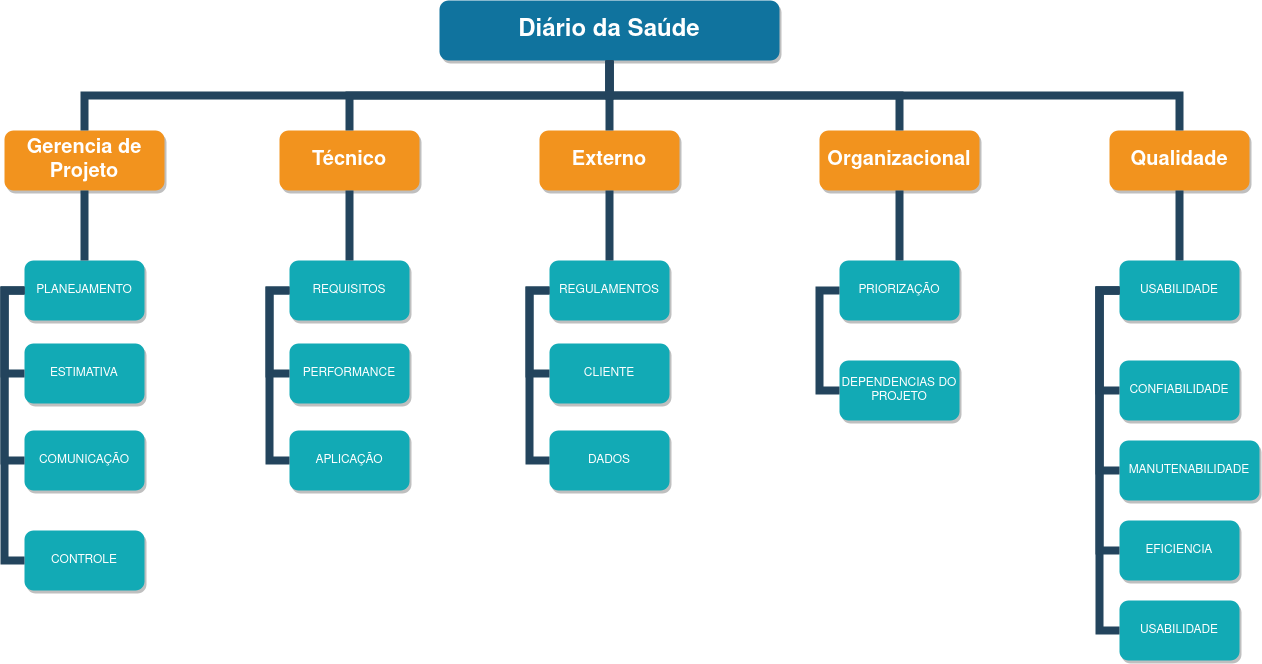
This is docs/img/EAR.png from UnBArqDsw/2020.1_G5_Diario_da_Saude, a draw.io export, as it was before one commit. Source tidied: cells renumbered, new cells last; positions are measured from the earlier drawing's top-left corner, leaving out a move shared by most shapes. Source of this version:
```xml
<mxGraphModel>
  <root>
    <mxCell id="0" />
    <mxCell id="1" parent="0" />
    <mxCell id="2" value="Diário da Saúde" style="whiteSpace=wrap;rounded=1;shadow=1;fillColor=#10739E;strokeColor=none;fontColor=#FFFFFF;fontStyle=1;fontSize=24;" parent="1" vertex="1">
      <mxGeometry x="435" width="340" height="60" as="geometry" />
    </mxCell>
    <mxCell id="3" value="Gerencia de Projeto" style="whiteSpace=wrap;rounded=1;fillColor=#F2931E;strokeColor=none;shadow=1;fontColor=#FFFFFF;fontStyle=1;fontSize=20;" parent="1" vertex="1">
      <mxGeometry y="130" width="160" height="60" as="geometry" />
    </mxCell>
    <mxCell id="4" value="Técnico" style="whiteSpace=wrap;rounded=1;fillColor=#F2931E;strokeColor=none;shadow=1;fontColor=#FFFFFF;fontStyle=1;fontSize=20;" parent="1" vertex="1">
      <mxGeometry x="275" y="130" width="140" height="60" as="geometry" />
    </mxCell>
    <mxCell id="5" value="Externo" style="whiteSpace=wrap;rounded=1;fillColor=#F2931E;strokeColor=none;shadow=1;fontColor=#FFFFFF;fontStyle=1;fontSize=20;" parent="1" vertex="1">
      <mxGeometry x="535" y="130" width="140" height="60" as="geometry" />
    </mxCell>
    <mxCell id="6" value="Organizacional" style="whiteSpace=wrap;rounded=1;fillColor=#F2931E;strokeColor=none;shadow=1;fontColor=#FFFFFF;fontStyle=1;fontSize=20;" parent="1" vertex="1">
      <mxGeometry x="815" y="130" width="160" height="60" as="geometry" />
    </mxCell>
    <mxCell id="7" value="Qualidade" style="whiteSpace=wrap;rounded=1;fillColor=#F2931E;strokeColor=none;shadow=1;fontColor=#FFFFFF;fontStyle=1;fontSize=20;" parent="1" vertex="1">
      <mxGeometry x="1105" y="130" width="140" height="60" as="geometry" />
    </mxCell>
    <mxCell id="8" value="PLANEJAMENTO" style="whiteSpace=wrap;rounded=1;fillColor=#12AAB5;strokeColor=none;shadow=1;fontColor=#FFFFFF;" parent="1" vertex="1">
      <mxGeometry x="20" y="260" width="120" height="60" as="geometry" />
    </mxCell>
    <mxCell id="9" value="ESTIMATIVA" style="whiteSpace=wrap;rounded=1;strokeColor=none;shadow=1;fontColor=#FFFFFF;fontStyle=0;fillColor=#12AAB5;" parent="1" vertex="1">
      <mxGeometry x="20" y="343" width="120" height="60" as="geometry" />
    </mxCell>
    <mxCell id="10" value="COMUNICAÇÃO" style="whiteSpace=wrap;rounded=1;strokeColor=none;shadow=1;fontColor=#FFFFFF;fontStyle=0;fillColor=#12AAB5;" parent="1" vertex="1">
      <mxGeometry x="20" y="430" width="120" height="60" as="geometry" />
    </mxCell>
    <mxCell id="11" value="CONTROLE" style="whiteSpace=wrap;rounded=1;strokeColor=none;shadow=1;fontColor=#FFFFFF;fontStyle=0;fillColor=#12AAB5;" parent="1" vertex="1">
      <mxGeometry x="20" y="530" width="120" height="60" as="geometry" />
    </mxCell>
    <mxCell id="12" value="REQUISITOS" style="whiteSpace=wrap;rounded=1;fillColor=#12AAB5;strokeColor=none;shadow=1;fontColor=#FFFFFF;" parent="1" vertex="1">
      <mxGeometry x="285" y="260" width="120" height="60" as="geometry" />
    </mxCell>
    <mxCell id="13" value="PERFORMANCE" style="whiteSpace=wrap;rounded=1;strokeColor=none;shadow=1;fontColor=#FFFFFF;fontStyle=0;fillColor=#12AAB5;" parent="1" vertex="1">
      <mxGeometry x="285" y="343" width="120" height="60" as="geometry" />
    </mxCell>
    <mxCell id="14" value="APLICAÇÃO" style="whiteSpace=wrap;rounded=1;strokeColor=none;shadow=1;fontColor=#FFFFFF;fontStyle=0;fillColor=#12AAB5;" parent="1" vertex="1">
      <mxGeometry x="285" y="430" width="120" height="60" as="geometry" />
    </mxCell>
    <mxCell id="15" style="edgeStyle=elbowEdgeStyle;elbow=vertical;rounded=0;fontColor=#000000;endArrow=none;endFill=0;strokeWidth=8;strokeColor=#23445D;" parent="1" edge="1" source="3" target="8">
      <mxGeometry relative="1" as="geometry" />
    </mxCell>
    <mxCell id="16" style="edgeStyle=elbowEdgeStyle;elbow=horizontal;rounded=0;fontColor=#000000;endArrow=none;endFill=0;strokeWidth=8;strokeColor=#23445D;" parent="1" edge="1" source="8" target="9">
      <mxGeometry relative="1" as="geometry">
        <Array as="points">
          <mxPoint y="340" />
        </Array>
      </mxGeometry>
    </mxCell>
    <mxCell id="17" style="edgeStyle=elbowEdgeStyle;elbow=horizontal;rounded=0;fontColor=#000000;endArrow=none;endFill=0;strokeWidth=8;strokeColor=#23445D;" parent="1" edge="1" source="8" target="10">
      <mxGeometry relative="1" as="geometry">
        <Array as="points">
          <mxPoint y="360" />
        </Array>
      </mxGeometry>
    </mxCell>
    <mxCell id="18" style="edgeStyle=elbowEdgeStyle;elbow=horizontal;rounded=0;fontColor=#000000;endArrow=none;endFill=0;strokeWidth=8;strokeColor=#23445D;" parent="1" edge="1" source="8" target="11">
      <mxGeometry relative="1" as="geometry">
        <Array as="points">
          <mxPoint y="390" />
        </Array>
      </mxGeometry>
    </mxCell>
    <mxCell id="19" style="edgeStyle=elbowEdgeStyle;elbow=vertical;rounded=0;fontColor=#000000;endArrow=none;endFill=0;strokeWidth=8;strokeColor=#23445D;" parent="1" edge="1" source="4" target="12">
      <mxGeometry relative="1" as="geometry" />
    </mxCell>
    <mxCell id="20" style="edgeStyle=elbowEdgeStyle;elbow=horizontal;rounded=0;fontColor=#000000;endArrow=none;endFill=0;strokeWidth=8;strokeColor=#23445D;" parent="1" edge="1" source="12" target="13">
      <mxGeometry relative="1" as="geometry">
        <Array as="points">
          <mxPoint x="265" y="340" />
        </Array>
      </mxGeometry>
    </mxCell>
    <mxCell id="21" style="edgeStyle=elbowEdgeStyle;elbow=horizontal;rounded=0;fontColor=#000000;endArrow=none;endFill=0;strokeWidth=8;strokeColor=#23445D;" parent="1" edge="1" source="12" target="14">
      <mxGeometry relative="1" as="geometry">
        <Array as="points">
          <mxPoint x="265" y="380" />
        </Array>
      </mxGeometry>
    </mxCell>
    <mxCell id="22" value="REGULAMENTOS" style="whiteSpace=wrap;rounded=1;fillColor=#12AAB5;strokeColor=none;shadow=1;fontColor=#FFFFFF;" parent="1" vertex="1">
      <mxGeometry x="545" y="260" width="120" height="60" as="geometry" />
    </mxCell>
    <mxCell id="23" value="CLIENTE" style="whiteSpace=wrap;rounded=1;strokeColor=none;shadow=1;fontColor=#FFFFFF;fontStyle=0;fillColor=#12AAB5;" parent="1" vertex="1">
      <mxGeometry x="545" y="343" width="120" height="60" as="geometry" />
    </mxCell>
    <mxCell id="24" value="DADOS" style="whiteSpace=wrap;rounded=1;strokeColor=none;shadow=1;fontColor=#FFFFFF;fontStyle=0;fillColor=#12AAB5;" parent="1" vertex="1">
      <mxGeometry x="545" y="430" width="120" height="60" as="geometry" />
    </mxCell>
    <mxCell id="25" style="edgeStyle=elbowEdgeStyle;elbow=horizontal;rounded=0;fontColor=#000000;endArrow=none;endFill=0;strokeWidth=8;strokeColor=#23445D;" parent="1" edge="1" source="22" target="23">
      <mxGeometry relative="1" as="geometry">
        <Array as="points">
          <mxPoint x="525" y="340" />
        </Array>
      </mxGeometry>
    </mxCell>
    <mxCell id="26" style="edgeStyle=elbowEdgeStyle;elbow=horizontal;rounded=0;fontColor=#000000;endArrow=none;endFill=0;strokeWidth=8;strokeColor=#23445D;" parent="1" edge="1" source="22" target="24">
      <mxGeometry relative="1" as="geometry">
        <Array as="points">
          <mxPoint x="525" y="380" />
        </Array>
      </mxGeometry>
    </mxCell>
    <mxCell id="27" value="PRIORIZAÇÃO" style="whiteSpace=wrap;rounded=1;fillColor=#12AAB5;strokeColor=none;shadow=1;fontColor=#FFFFFF;" parent="1" vertex="1">
      <mxGeometry x="835" y="260" width="120" height="60" as="geometry" />
    </mxCell>
    <mxCell id="28" value="DEPENDENCIAS DO PROJETO" style="whiteSpace=wrap;rounded=1;strokeColor=none;shadow=1;fontColor=#FFFFFF;fontStyle=0;fillColor=#12AAB5;" parent="1" vertex="1">
      <mxGeometry x="835" y="360" width="120" height="60" as="geometry" />
    </mxCell>
    <mxCell id="29" style="edgeStyle=elbowEdgeStyle;elbow=horizontal;rounded=0;fontColor=#000000;endArrow=none;endFill=0;strokeWidth=8;strokeColor=#23445D;" parent="1" edge="1" source="27" target="28">
      <mxGeometry relative="1" as="geometry">
        <Array as="points">
          <mxPoint x="815" y="340" />
        </Array>
      </mxGeometry>
    </mxCell>
    <mxCell id="30" value="USABILIDADE" style="whiteSpace=wrap;rounded=1;fillColor=#12AAB5;strokeColor=none;shadow=1;fontColor=#FFFFFF;" parent="1" vertex="1">
      <mxGeometry x="1115" y="260" width="120" height="60" as="geometry" />
    </mxCell>
    <mxCell id="31" value="CONFIABILIDADE" style="whiteSpace=wrap;rounded=1;strokeColor=none;shadow=1;fontColor=#FFFFFF;fontStyle=0;fillColor=#12AAB5;" parent="1" vertex="1">
      <mxGeometry x="1115" y="360" width="120" height="60" as="geometry" />
    </mxCell>
    <mxCell id="32" value="MANUTENABILIDADE" style="whiteSpace=wrap;rounded=1;strokeColor=none;shadow=1;fontColor=#FFFFFF;fontStyle=0;fillColor=#12AAB5;" parent="1" vertex="1">
      <mxGeometry x="1115" y="440" width="140" height="60" as="geometry" />
    </mxCell>
    <mxCell id="33" value="EFICIENCIA" style="whiteSpace=wrap;rounded=1;strokeColor=none;shadow=1;fontColor=#FFFFFF;fontStyle=0;fillColor=#12AAB5;" parent="1" vertex="1">
      <mxGeometry x="1115" y="520" width="120" height="60" as="geometry" />
    </mxCell>
    <mxCell id="34" value="USABILIDADE" style="whiteSpace=wrap;rounded=1;strokeColor=none;shadow=1;fontColor=#FFFFFF;fontStyle=0;fillColor=#12AAB5;" parent="1" vertex="1">
      <mxGeometry x="1115" y="600" width="120" height="60" as="geometry" />
    </mxCell>
    <mxCell id="35" style="edgeStyle=elbowEdgeStyle;elbow=horizontal;rounded=0;fontColor=#000000;endArrow=none;endFill=0;strokeWidth=8;strokeColor=#23445D;" parent="1" edge="1" source="30" target="31">
      <mxGeometry relative="1" as="geometry">
        <Array as="points">
          <mxPoint x="1095" y="340" />
        </Array>
      </mxGeometry>
    </mxCell>
    <mxCell id="36" style="edgeStyle=elbowEdgeStyle;elbow=horizontal;rounded=0;fontColor=#000000;endArrow=none;endFill=0;strokeWidth=8;strokeColor=#23445D;" parent="1" edge="1" source="30" target="32">
      <mxGeometry relative="1" as="geometry">
        <Array as="points">
          <mxPoint x="1095" y="380" />
        </Array>
      </mxGeometry>
    </mxCell>
    <mxCell id="37" style="edgeStyle=elbowEdgeStyle;elbow=horizontal;rounded=0;fontColor=#000000;endArrow=none;endFill=0;strokeWidth=8;strokeColor=#23445D;" parent="1" edge="1" source="30" target="34">
      <mxGeometry relative="1" as="geometry">
        <Array as="points">
          <mxPoint x="1095" y="460" />
        </Array>
      </mxGeometry>
    </mxCell>
    <mxCell id="38" style="edgeStyle=elbowEdgeStyle;elbow=horizontal;rounded=0;fontColor=#000000;endArrow=none;endFill=0;strokeWidth=8;strokeColor=#23445D;" parent="1" edge="1" source="30" target="33">
      <mxGeometry relative="1" as="geometry">
        <Array as="points">
          <mxPoint x="1095" y="430" />
        </Array>
      </mxGeometry>
    </mxCell>
    <mxCell id="39" style="edgeStyle=elbowEdgeStyle;elbow=vertical;rounded=0;fontColor=#000000;endArrow=none;endFill=0;strokeWidth=8;strokeColor=#23445D;" parent="1" edge="1" source="5" target="22">
      <mxGeometry relative="1" as="geometry" />
    </mxCell>
    <mxCell id="40" style="edgeStyle=elbowEdgeStyle;elbow=vertical;rounded=0;fontColor=#000000;endArrow=none;endFill=0;strokeWidth=8;strokeColor=#23445D;" parent="1" edge="1" source="6" target="27">
      <mxGeometry relative="1" as="geometry" />
    </mxCell>
    <mxCell id="41" style="edgeStyle=elbowEdgeStyle;elbow=vertical;rounded=0;fontColor=#000000;endArrow=none;endFill=0;strokeWidth=8;strokeColor=#23445D;" parent="1" edge="1" source="7" target="30">
      <mxGeometry relative="1" as="geometry" />
    </mxCell>
    <mxCell id="42" style="edgeStyle=elbowEdgeStyle;elbow=vertical;rounded=0;fontColor=#000000;endArrow=none;endFill=0;strokeWidth=8;strokeColor=#23445D;" parent="1" edge="1" source="2" target="3">
      <mxGeometry relative="1" as="geometry" />
    </mxCell>
    <mxCell id="43" style="edgeStyle=elbowEdgeStyle;elbow=vertical;rounded=0;fontColor=#000000;endArrow=none;endFill=0;strokeWidth=8;strokeColor=#23445D;" parent="1" edge="1" source="2" target="4">
      <mxGeometry relative="1" as="geometry" />
    </mxCell>
    <mxCell id="44" style="edgeStyle=elbowEdgeStyle;elbow=vertical;rounded=0;fontColor=#000000;endArrow=none;endFill=0;strokeWidth=8;strokeColor=#23445D;" parent="1" edge="1" source="2" target="5">
      <mxGeometry relative="1" as="geometry" />
    </mxCell>
    <mxCell id="45" style="edgeStyle=elbowEdgeStyle;elbow=vertical;rounded=0;fontColor=#000000;endArrow=none;endFill=0;strokeWidth=8;strokeColor=#23445D;" parent="1" edge="1" source="2" target="6">
      <mxGeometry relative="1" as="geometry" />
    </mxCell>
    <mxCell id="46" style="edgeStyle=elbowEdgeStyle;elbow=vertical;rounded=0;fontColor=#000000;endArrow=none;endFill=0;strokeWidth=8;strokeColor=#23445D;" parent="1" edge="1" source="2" target="7">
      <mxGeometry relative="1" as="geometry" />
    </mxCell>
  </root>
</mxGraphModel>
```
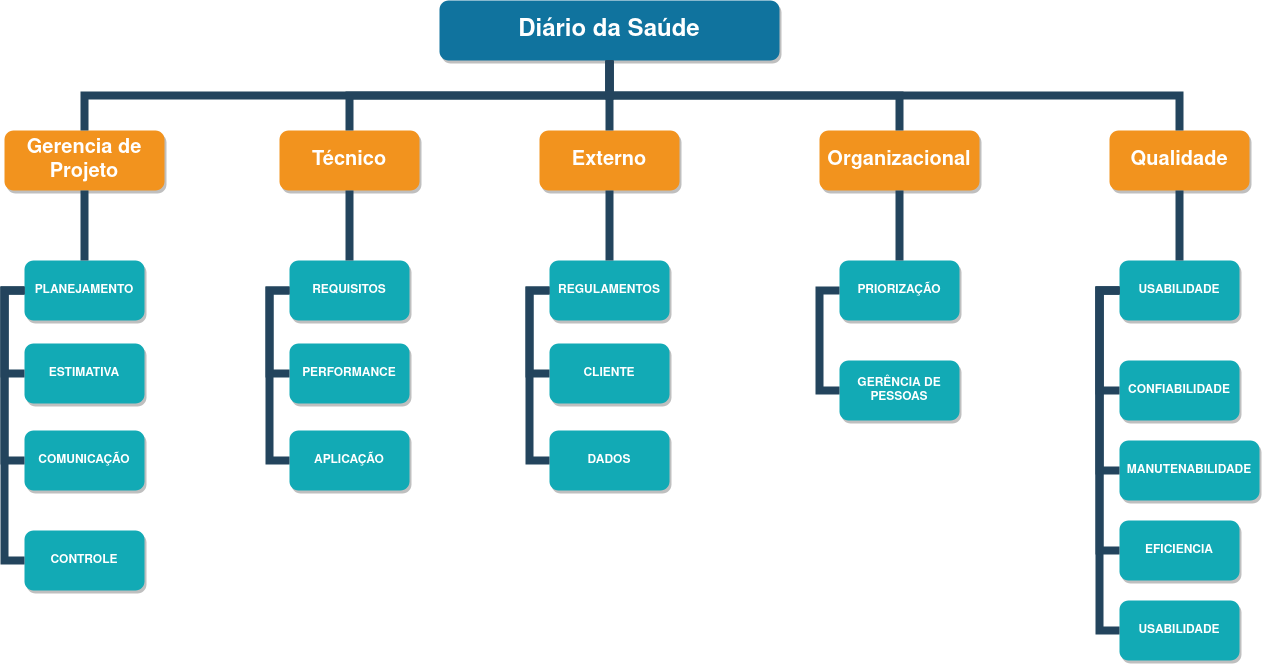
After the change.

Commit message:
Atualização da imade da EAR

Change to the diagram source:
```diff
@@ -20,25 +20,25 @@
     <mxCell id="7" value="Qualidade" style="whiteSpace=wrap;rounded=1;fillColor=#F2931E;strokeColor=none;shadow=1;fontColor=#FFFFFF;fontStyle=1;fontSize=20;" parent="1" vertex="1">
       <mxGeometry x="1105" y="130" width="140" height="60" as="geometry" />
     </mxCell>
-    <mxCell id="8" value="PLANEJAMENTO" style="whiteSpace=wrap;rounded=1;fillColor=#12AAB5;strokeColor=none;shadow=1;fontColor=#FFFFFF;" parent="1" vertex="1">
+    <mxCell id="8" value="PLANEJAMENTO" style="whiteSpace=wrap;rounded=1;fillColor=#12AAB5;strokeColor=none;shadow=1;fontColor=#FFFFFF;fontStyle=1;" parent="1" vertex="1">
       <mxGeometry x="20" y="260" width="120" height="60" as="geometry" />
     </mxCell>
-    <mxCell id="9" value="ESTIMATIVA" style="whiteSpace=wrap;rounded=1;strokeColor=none;shadow=1;fontColor=#FFFFFF;fontStyle=0;fillColor=#12AAB5;" parent="1" vertex="1">
+    <mxCell id="9" value="ESTIMATIVA" style="whiteSpace=wrap;rounded=1;strokeColor=none;shadow=1;fontColor=#FFFFFF;fontStyle=1;fillColor=#12AAB5;" parent="1" vertex="1">
       <mxGeometry x="20" y="343" width="120" height="60" as="geometry" />
     </mxCell>
-    <mxCell id="10" value="COMUNICAÇÃO" style="whiteSpace=wrap;rounded=1;strokeColor=none;shadow=1;fontColor=#FFFFFF;fontStyle=0;fillColor=#12AAB5;" parent="1" vertex="1">
+    <mxCell id="10" value="COMUNICAÇÃO" style="whiteSpace=wrap;rounded=1;strokeColor=none;shadow=1;fontColor=#FFFFFF;fontStyle=1;fillColor=#12AAB5;" parent="1" vertex="1">
       <mxGeometry x="20" y="430" width="120" height="60" as="geometry" />
     </mxCell>
-    <mxCell id="11" value="CONTROLE" style="whiteSpace=wrap;rounded=1;strokeColor=none;shadow=1;fontColor=#FFFFFF;fontStyle=0;fillColor=#12AAB5;" parent="1" vertex="1">
+    <mxCell id="11" value="CONTROLE" style="whiteSpace=wrap;rounded=1;strokeColor=none;shadow=1;fontColor=#FFFFFF;fontStyle=1;fillColor=#12AAB5;" parent="1" vertex="1">
       <mxGeometry x="20" y="530" width="120" height="60" as="geometry" />
     </mxCell>
-    <mxCell id="12" value="REQUISITOS" style="whiteSpace=wrap;rounded=1;fillColor=#12AAB5;strokeColor=none;shadow=1;fontColor=#FFFFFF;" parent="1" vertex="1">
+    <mxCell id="12" value="REQUISITOS" style="whiteSpace=wrap;rounded=1;fillColor=#12AAB5;strokeColor=none;shadow=1;fontColor=#FFFFFF;fontStyle=1;" parent="1" vertex="1">
       <mxGeometry x="285" y="260" width="120" height="60" as="geometry" />
     </mxCell>
-    <mxCell id="13" value="PERFORMANCE" style="whiteSpace=wrap;rounded=1;strokeColor=none;shadow=1;fontColor=#FFFFFF;fontStyle=0;fillColor=#12AAB5;" parent="1" vertex="1">
+    <mxCell id="13" value="PERFORMANCE" style="whiteSpace=wrap;rounded=1;strokeColor=none;shadow=1;fontColor=#FFFFFF;fontStyle=1;fillColor=#12AAB5;" parent="1" vertex="1">
       <mxGeometry x="285" y="343" width="120" height="60" as="geometry" />
     </mxCell>
-    <mxCell id="14" value="APLICAÇÃO" style="whiteSpace=wrap;rounded=1;strokeColor=none;shadow=1;fontColor=#FFFFFF;fontStyle=0;fillColor=#12AAB5;" parent="1" vertex="1">
+    <mxCell id="14" value="APLICAÇÃO" style="whiteSpace=wrap;rounded=1;strokeColor=none;shadow=1;fontColor=#FFFFFF;fontStyle=1;fillColor=#12AAB5;" parent="1" vertex="1">
       <mxGeometry x="285" y="430" width="120" height="60" as="geometry" />
     </mxCell>
     <mxCell id="15" style="edgeStyle=elbowEdgeStyle;elbow=vertical;rounded=0;fontColor=#000000;endArrow=none;endFill=0;strokeWidth=8;strokeColor=#23445D;" parent="1" edge="1" source="3" target="8">
@@ -82,13 +82,13 @@
         </Array>
       </mxGeometry>
     </mxCell>
-    <mxCell id="22" value="REGULAMENTOS" style="whiteSpace=wrap;rounded=1;fillColor=#12AAB5;strokeColor=none;shadow=1;fontColor=#FFFFFF;" parent="1" vertex="1">
+    <mxCell id="22" value="REGULAMENTOS" style="whiteSpace=wrap;rounded=1;fillColor=#12AAB5;strokeColor=none;shadow=1;fontColor=#FFFFFF;fontStyle=1;" parent="1" vertex="1">
       <mxGeometry x="545" y="260" width="120" height="60" as="geometry" />
     </mxCell>
-    <mxCell id="23" value="CLIENTE" style="whiteSpace=wrap;rounded=1;strokeColor=none;shadow=1;fontColor=#FFFFFF;fontStyle=0;fillColor=#12AAB5;" parent="1" vertex="1">
+    <mxCell id="23" value="CLIENTE" style="whiteSpace=wrap;rounded=1;strokeColor=none;shadow=1;fontColor=#FFFFFF;fontStyle=1;fillColor=#12AAB5;" parent="1" vertex="1">
       <mxGeometry x="545" y="343" width="120" height="60" as="geometry" />
     </mxCell>
-    <mxCell id="24" value="DADOS" style="whiteSpace=wrap;rounded=1;strokeColor=none;shadow=1;fontColor=#FFFFFF;fontStyle=0;fillColor=#12AAB5;" parent="1" vertex="1">
+    <mxCell id="24" value="DADOS" style="whiteSpace=wrap;rounded=1;strokeColor=none;shadow=1;fontColor=#FFFFFF;fontStyle=1;fillColor=#12AAB5;" parent="1" vertex="1">
       <mxGeometry x="545" y="430" width="120" height="60" as="geometry" />
     </mxCell>
     <mxCell id="25" style="edgeStyle=elbowEdgeStyle;elbow=horizontal;rounded=0;fontColor=#000000;endArrow=none;endFill=0;strokeWidth=8;strokeColor=#23445D;" parent="1" edge="1" source="22" target="23">
@@ -105,10 +105,10 @@
         </Array>
       </mxGeometry>
     </mxCell>
-    <mxCell id="27" value="PRIORIZAÇÃO" style="whiteSpace=wrap;rounded=1;fillColor=#12AAB5;strokeColor=none;shadow=1;fontColor=#FFFFFF;" parent="1" vertex="1">
+    <mxCell id="27" value="PRIORIZAÇÃO" style="whiteSpace=wrap;rounded=1;fillColor=#12AAB5;strokeColor=none;shadow=1;fontColor=#FFFFFF;fontStyle=1;" parent="1" vertex="1">
       <mxGeometry x="835" y="260" width="120" height="60" as="geometry" />
     </mxCell>
-    <mxCell id="28" value="DEPENDENCIAS DO PROJETO" style="whiteSpace=wrap;rounded=1;strokeColor=none;shadow=1;fontColor=#FFFFFF;fontStyle=0;fillColor=#12AAB5;" parent="1" vertex="1">
+    <mxCell id="28" value="GERÊNCIA DE PESSOAS" style="whiteSpace=wrap;rounded=1;strokeColor=none;shadow=1;fontColor=#FFFFFF;fontStyle=1;fillColor=#12AAB5;" parent="1" vertex="1">
       <mxGeometry x="835" y="360" width="120" height="60" as="geometry" />
     </mxCell>
     <mxCell id="29" style="edgeStyle=elbowEdgeStyle;elbow=horizontal;rounded=0;fontColor=#000000;endArrow=none;endFill=0;strokeWidth=8;strokeColor=#23445D;" parent="1" edge="1" source="27" target="28">
@@ -118,19 +118,19 @@
         </Array>
       </mxGeometry>
     </mxCell>
-    <mxCell id="30" value="USABILIDADE" style="whiteSpace=wrap;rounded=1;fillColor=#12AAB5;strokeColor=none;shadow=1;fontColor=#FFFFFF;" parent="1" vertex="1">
+    <mxCell id="30" value="USABILIDADE" style="whiteSpace=wrap;rounded=1;fillColor=#12AAB5;strokeColor=none;shadow=1;fontColor=#FFFFFF;fontStyle=1;" parent="1" vertex="1">
       <mxGeometry x="1115" y="260" width="120" height="60" as="geometry" />
     </mxCell>
-    <mxCell id="31" value="CONFIABILIDADE" style="whiteSpace=wrap;rounded=1;strokeColor=none;shadow=1;fontColor=#FFFFFF;fontStyle=0;fillColor=#12AAB5;" parent="1" vertex="1">
+    <mxCell id="31" value="CONFIABILIDADE" style="whiteSpace=wrap;rounded=1;strokeColor=none;shadow=1;fontColor=#FFFFFF;fontStyle=1;fillColor=#12AAB5;" parent="1" vertex="1">
       <mxGeometry x="1115" y="360" width="120" height="60" as="geometry" />
     </mxCell>
-    <mxCell id="32" value="MANUTENABILIDADE" style="whiteSpace=wrap;rounded=1;strokeColor=none;shadow=1;fontColor=#FFFFFF;fontStyle=0;fillColor=#12AAB5;" parent="1" vertex="1">
+    <mxCell id="32" value="MANUTENABILIDADE" style="whiteSpace=wrap;rounded=1;strokeColor=none;shadow=1;fontColor=#FFFFFF;fontStyle=1;fillColor=#12AAB5;" parent="1" vertex="1">
       <mxGeometry x="1115" y="440" width="140" height="60" as="geometry" />
     </mxCell>
-    <mxCell id="33" value="EFICIENCIA" style="whiteSpace=wrap;rounded=1;strokeColor=none;shadow=1;fontColor=#FFFFFF;fontStyle=0;fillColor=#12AAB5;" parent="1" vertex="1">
+    <mxCell id="33" value="EFICIENCIA" style="whiteSpace=wrap;rounded=1;strokeColor=none;shadow=1;fontColor=#FFFFFF;fontStyle=1;fillColor=#12AAB5;" parent="1" vertex="1">
       <mxGeometry x="1115" y="520" width="120" height="60" as="geometry" />
     </mxCell>
-    <mxCell id="34" value="USABILIDADE" style="whiteSpace=wrap;rounded=1;strokeColor=none;shadow=1;fontColor=#FFFFFF;fontStyle=0;fillColor=#12AAB5;" parent="1" vertex="1">
+    <mxCell id="34" value="USABILIDADE" style="whiteSpace=wrap;rounded=1;strokeColor=none;shadow=1;fontColor=#FFFFFF;fontStyle=1;fillColor=#12AAB5;" parent="1" vertex="1">
       <mxGeometry x="1115" y="600" width="120" height="60" as="geometry" />
     </mxCell>
     <mxCell id="35" style="edgeStyle=elbowEdgeStyle;elbow=horizontal;rounded=0;fontColor=#000000;endArrow=none;endFill=0;strokeWidth=8;strokeColor=#23445D;" parent="1" edge="1" source="30" target="31">
```
